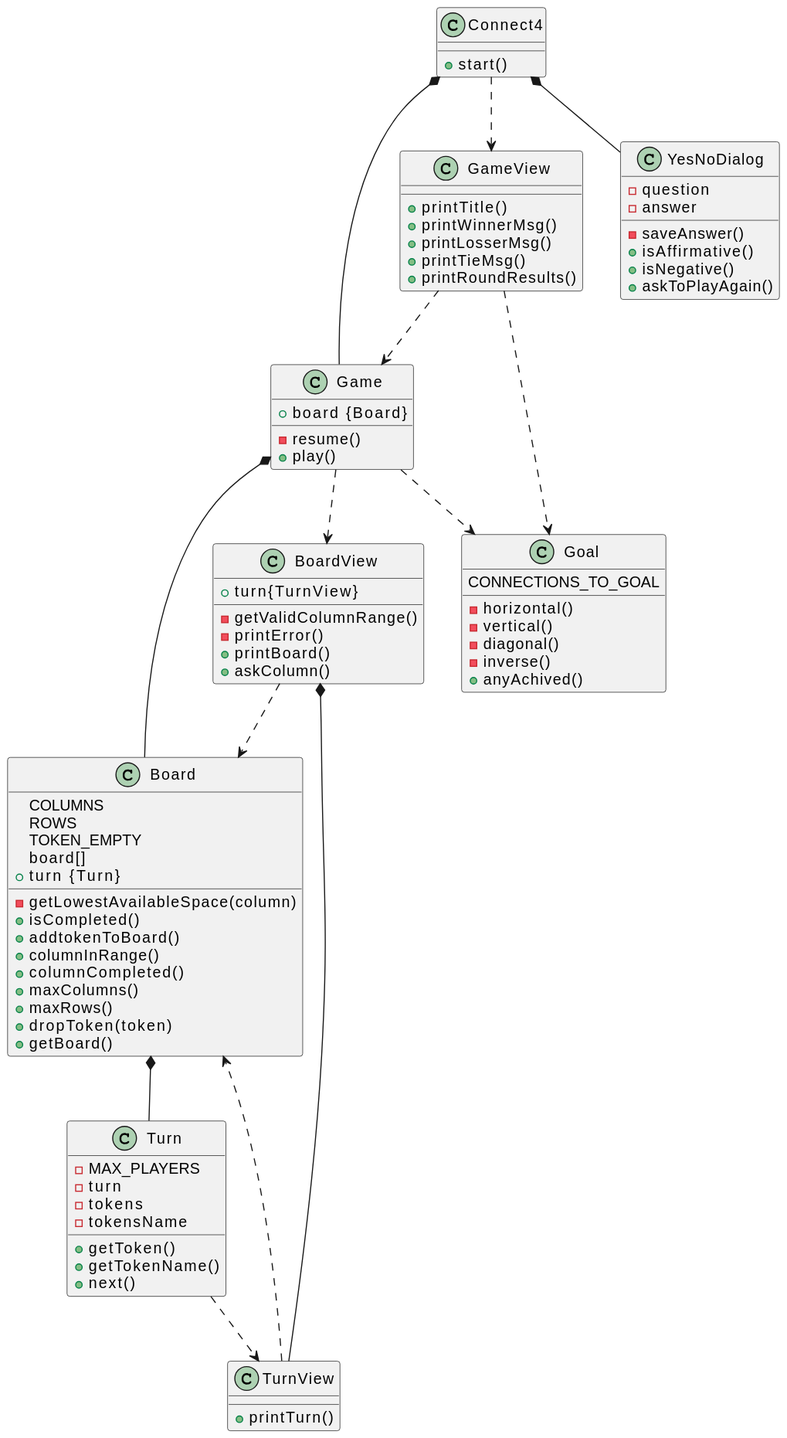
The PlantUML diagram v0 views seperated/docs/3. Class Diagram/classDiagram.svg in js-rom/GameConecta4, before a commit.
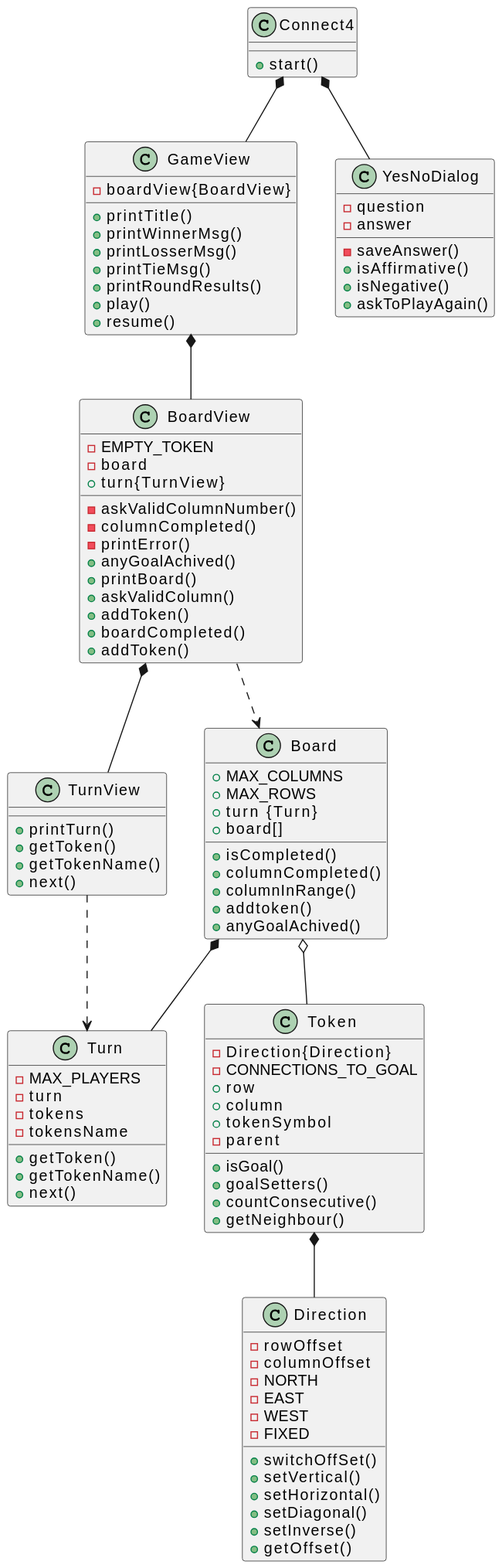
After the commit.

Diff of the diagram source:
```diff
@@ -1,27 +1,24 @@
 @startuml
 class Connect4
-class Game
 class GameView
 class YesNoDialog
 class Board
 class BoardView
-class Goal
 class Turn
 class TurnView
+class Token
+class Direction
 
-Connect4 *-- Game
+
 Connect4 *-- YesNoDialog
-Connect4 ..> GameView
-GameView ..> Game
-GameView ..> Goal
-Game ..> Goal
-Game *-- Board
-Game ..> BoardView
+Connect4 *-- GameView
+GameView *-- BoardView
+BoardView *-- TurnView
+BoardView ..> Board
 Board *-- Turn
-BoardView ..> Board
-BoardView *-- TurnView
-Turn ..> TurnView
-TurnView ..> Board
+Board o-- Token
+Token *-- Direction
+TurnView ..> Turn
 
 Connect4 : +start()
 
@@ -32,9 +29,33 @@
 YesNoDialog : +isNegative()
 YesNoDialog : +askToPlayAgain()
 
-Game : +board {Board}
-Game : -resume()
-Game : +play()
+GameView : -boardView{BoardView}
+GameView : +printTitle()
+GameView : +printWinnerMsg()
+GameView : +printLosserMsg()
+GameView : +printTieMsg()
+GameView : +printRoundResults()
+GameView : +play()
+GameView : +resume()
+
+BoardView : -EMPTY_TOKEN
+BoardView : -board
+BoardView : +turn{TurnView}
+BoardView : -askValidColumnNumber()
+BoardView : -columnCompleted()
+BoardView : -printError()
+BoardView : +anyGoalAchived()
+BoardView : +printBoard()
+BoardView : +askValidColumn()
+BoardView : +addToken()
+BoardView : +boardCompleted()
+
+BoardView : +addToken()
+
+TurnView : +printTurn()
+TurnView : +getToken()
+TurnView : +getTokenName()
+TurnView : +next()
 
 Turn : -MAX_PLAYERS
 Turn : -turn
@@ -44,39 +65,37 @@
 Turn : +getTokenName()
 Turn : +next()
 
-TurnView : +printTurn()
+Board : +MAX_COLUMNS
+Board : +MAX_ROWS
+Board : +turn {Turn}
+Board : +board[]
+Board : +isCompleted()
+Board : +columnCompleted()
+Board : +columnInRange()
+Board : +addtoken()
+Board : +anyGoalAchived()
 
-GameView : +printTitle()
-GameView : +printWinnerMsg()
-GameView : +printLosserMsg()
-GameView : +printTieMsg()
-GameView : +printRoundResults()
+Token : -Direction{Direction}
+Token : -CONNECTIONS_TO_GOAL
+Token : +row
+Token : +column
+Token : +tokenSymbol
+Token : -parent
+Token : +isGoal()
+Token : +goalSetters()
+Token : +countConsecutive()
+Token : +getNeighbour()
 
-Goal : CONNECTIONS_TO_GOAL
-Goal : -horizontal()
-Goal : -vertical()
-Goal : -diagonal()
-Goal : -inverse()
-Goal : +anyAchived()
-
-Board : COLUMNS
-Board : ROWS
-Board : TOKEN_EMPTY
-Board : board[]
-Board : -getLowestAvailableSpace(column)
-Board : +isCompleted()
-Board : +addtokenToBoard()
-Board : +columnInRange()
-Board : +columnCompleted()
-Board : +maxColumns()
-Board : +maxRows()
-Board : +dropToken(token)
-Board : +getBoard()
-Board : +turn {Turn}
-
-BoardView : -getValidColumnRange()
-BoardView : -printError()
-BoardView : +printBoard()
-BoardView : +askColumn()
-BoardView : +turn{TurnView}
+Direction : -rowOffset
+Direction : -columnOffset
+Direction : -NORTH
+Direction : -EAST
+Direction : -WEST
+Direction : -FIXED
+Direction : +switchOffSet()
+Direction : +setVertical()
+Direction : +setHorizontal()
+Direction : +setDiagonal()
+Direction : +setInverse()
+Direction : +getOffset()
 @enduml
```
